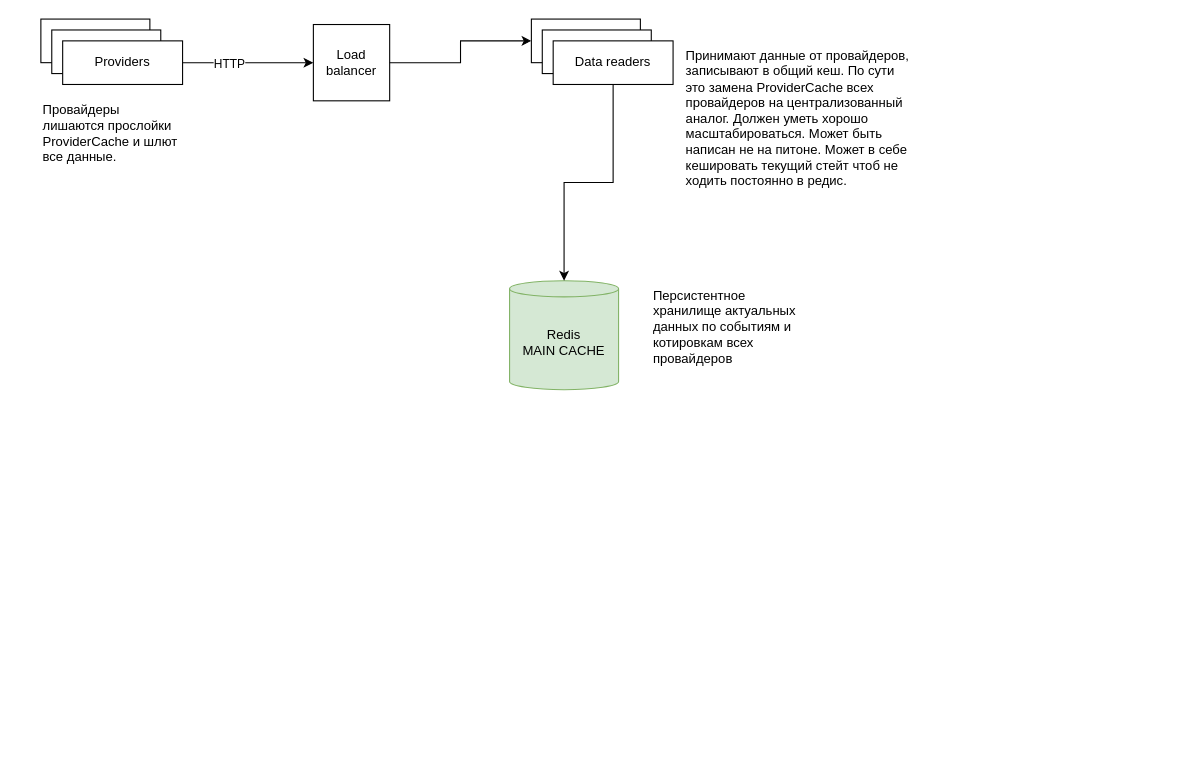
The draw.io diagram diag/sc1.drawio in isvinogradov/diag, before the edit. Source tidied: cells renumbered, new cells numbered last; positions are measured from the earlier drawing's top-left corner, leaving out a move shared by most shapes. Both pictures are drawn from the tidied source at 109%, with x=0, y=0 at pixel (40, 19).
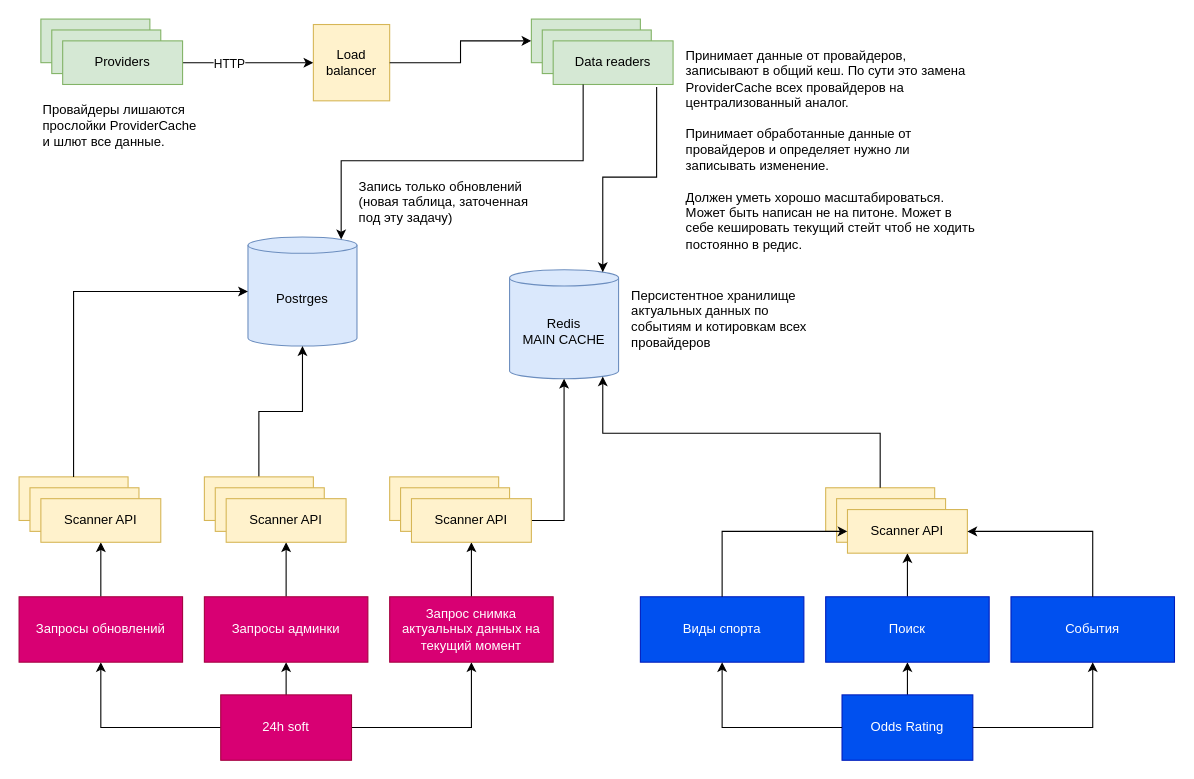
Above is the later version.

The edit, as a diff of the source:
```diff
@@
-    <mxCell id="2" style="rounded=0;whiteSpace=wrap;html=1;" parent="1" vertex="1">
+    <mxCell id="2" style="rounded=0;whiteSpace=wrap;html=1;fillColor=#d5e8d4;strokeColor=#82b366;" parent="1" vertex="1">
       <mxGeometry width="100" height="40" as="geometry" />
     </mxCell>
-    <mxCell id="3" style="rounded=0;whiteSpace=wrap;html=1;" parent="1" vertex="1">
+    <mxCell id="3" style="rounded=0;whiteSpace=wrap;html=1;fillColor=#d5e8d4;strokeColor=#82b366;" parent="1" vertex="1">
       <mxGeometry x="10" y="10" width="100" height="40" as="geometry" />
     </mxCell>
@@
-    <mxCell id="6" value="&lt;div&gt;Providers&lt;/div&gt;" style="rounded=0;whiteSpace=wrap;html=1;" parent="1" vertex="1">
+    <mxCell id="6" value="&lt;div&gt;Providers&lt;/div&gt;" style="rounded=0;whiteSpace=wrap;html=1;fillColor=#d5e8d4;strokeColor=#82b366;" parent="1" vertex="1">
       <mxGeometry x="20" y="20" width="110" height="40" as="geometry" />
     </mxCell>
-    <mxCell id="7" value="Redis&lt;br&gt;MAIN CACHE" style="shape=cylinder3;whiteSpace=wrap;html=1;boundedLbl=1;backgroundOutline=1;size=7.448275862069011;fillColor=#d5e8d4;strokeColor=#82b366;" parent="1" vertex="1">
-      <mxGeometry x="430" y="240" width="100" height="100" as="geometry" />
+    <mxCell id="7" value="Redis&lt;br&gt;MAIN CACHE" style="shape=cylinder3;whiteSpace=wrap;html=1;boundedLbl=1;backgroundOutline=1;size=7.448275862069011;fillColor=#dae8fc;strokeColor=#6c8ebf;" parent="1" vertex="1">
+      <mxGeometry x="430" y="230" width="100" height="100" as="geometry" />
     </mxCell>
-    <mxCell id="8" value="Load balancer" style="whiteSpace=wrap;html=1;" parent="1" vertex="1">
+    <mxCell id="8" value="Load balancer" style="whiteSpace=wrap;html=1;fillColor=#fff2cc;strokeColor=#d6b656;" parent="1" vertex="1">
       <mxGeometry x="250" y="5" width="70" height="70" as="geometry" />
     </mxCell>
-    <mxCell id="9" style="rounded=0;whiteSpace=wrap;html=1;" parent="1" vertex="1">
+    <mxCell id="9" style="rounded=0;whiteSpace=wrap;html=1;fillColor=#d5e8d4;strokeColor=#82b366;" parent="1" vertex="1">
       <mxGeometry x="450" width="100" height="40" as="geometry" />
     </mxCell>
-    <mxCell id="10" style="rounded=0;whiteSpace=wrap;html=1;" parent="1" vertex="1">
+    <mxCell id="10" style="rounded=0;whiteSpace=wrap;html=1;fillColor=#d5e8d4;strokeColor=#82b366;" parent="1" vertex="1">
       <mxGeometry x="460" y="10" width="100" height="40" as="geometry" />
     </mxCell>
@@
-    <mxCell id="12" style="edgeStyle=orthogonalEdgeStyle;rounded=0;jettySize=auto;html=1;" parent="1" edge="1" source="13" target="7">
+    <mxCell id="12" style="edgeStyle=orthogonalEdgeStyle;rounded=0;jettySize=auto;html=1;exitX=0.863;exitY=1.057;exitDx=0;exitDy=0;exitPerimeter=0;entryX=0.855;entryY=0;entryDx=0;entryDy=2.160000000000013;entryPerimeter=0;" parent="1" edge="1" source="13" target="7">
       <mxGeometry relative="1" as="geometry" />
     </mxCell>
-    <mxCell id="13" value="Data readers" style="rounded=0;whiteSpace=wrap;html=1;" parent="1" vertex="1">
+    <mxCell id="13" value="Data readers" style="rounded=0;whiteSpace=wrap;html=1;fillColor=#d5e8d4;strokeColor=#82b366;" parent="1" vertex="1">
       <mxGeometry x="470" y="20" width="110" height="40" as="geometry" />
     </mxCell>
     <mxCell id="14" value="Персистентное хранилище актуальных данных по событиям и котировкам всех провайдеров" style="text;html=1;strokeColor=none;fillColor=none;align=left;verticalAlign=top;whiteSpace=wrap;rounded=0;" parent="1" vertex="1">
-      <mxGeometry x="560" y="240" width="150" height="90" as="geometry" />
+      <mxGeometry x="540" y="240" width="180" height="90" as="geometry" />
     </mxCell>
-    <mxCell id="15" value="Принимают данные от провайдеров, записывают в общий кеш. По сути это замена ProviderCache всех провайдеров на централизованный аналог. Должен уметь хорошо масштабироваться. Может быть написан не на питоне. Может в себе кешировать текущий стейт чтоб не ходить постоянно в редис." style="text;html=1;strokeColor=none;fillColor=none;align=left;verticalAlign=top;whiteSpace=wrap;rounded=0;" parent="1" vertex="1">
-      <mxGeometry x="590" y="20" width="210" height="150" as="geometry" />
+    <mxCell id="15" value="Принимает данные от провайдеров, записывают в общий кеш. По сути это замена ProviderCache всех провайдеров на централизованный аналог. &lt;br&gt;&lt;br&gt;Принимает обработанные данные от провайдеров и определяет нужно ли записывать изменение.&lt;br&gt;&lt;br&gt;Должен уметь хорошо масштабироваться. Может быть написан не на питоне. Может в себе кешировать текущий стейт чтоб не ходить постоянно в редис." style="text;html=1;strokeColor=none;fillColor=none;align=left;verticalAlign=top;whiteSpace=wrap;rounded=0;" parent="1" vertex="1">
+      <mxGeometry x="590" y="20" width="270" height="200" as="geometry" />
     </mxCell>
     <mxCell id="16" value="Провайдеры лишаются прослойки ProviderCache и шлют все данные." style="text;html=1;strokeColor=none;fillColor=none;align=left;verticalAlign=top;whiteSpace=wrap;rounded=0;" parent="1" vertex="1">
-      <mxGeometry y="70" width="130" height="90" as="geometry" />
+      <mxGeometry y="70" width="150" height="90" as="geometry" />
     </mxCell>
+    <mxCell id="17" style="edgeStyle=orthogonalEdgeStyle;rounded=0;jettySize=auto;html=1;" parent="1" edge="1" source="20" target="22">
+      <mxGeometry relative="1" as="geometry" />
+    </mxCell>
+    <mxCell id="18" style="edgeStyle=orthogonalEdgeStyle;rounded=0;jettySize=auto;html=1;" parent="1" edge="1" source="20" target="24">
+      <mxGeometry relative="1" as="geometry" />
+    </mxCell>
+    <mxCell id="19" style="edgeStyle=orthogonalEdgeStyle;rounded=0;jettySize=auto;html=1;" parent="1" edge="1" source="20" target="36">
+      <mxGeometry relative="1" as="geometry" />
+    </mxCell>
+    <mxCell id="20" value="24h soft" style="rounded=0;whiteSpace=wrap;html=1;align=center;verticalAlign=middle;fillColor=#d80073;fontColor=#ffffff;strokeColor=#A50040;" parent="1" vertex="1">
+      <mxGeometry x="165" y="620" width="120" height="60" as="geometry" />
+    </mxCell>
+    <mxCell id="21" style="edgeStyle=orthogonalEdgeStyle;rounded=0;jettySize=auto;html=1;" parent="1" edge="1" source="22" target="31">
+      <mxGeometry relative="1" as="geometry" />
+    </mxCell>
+    <mxCell id="22" value="Запрос снимка актуальных данных на текущий момент" style="rounded=0;whiteSpace=wrap;html=1;align=center;verticalAlign=middle;fillColor=#d80073;fontColor=#ffffff;strokeColor=#A50040;" parent="1" vertex="1">
+      <mxGeometry x="320" y="530" width="150" height="60" as="geometry" />
+    </mxCell>
+    <mxCell id="23" style="edgeStyle=orthogonalEdgeStyle;rounded=0;jettySize=auto;html=1;" parent="1" edge="1" source="24" target="27">
+      <mxGeometry relative="1" as="geometry" />
+    </mxCell>
+    <mxCell id="24" value="Запросы обновлений" style="rounded=0;whiteSpace=wrap;html=1;align=center;verticalAlign=middle;fillColor=#d80073;fontColor=#ffffff;strokeColor=#A50040;" parent="1" vertex="1">
+      <mxGeometry x="-20" y="530" width="150" height="60" as="geometry" />
+    </mxCell>
+    <mxCell id="25" style="rounded=0;whiteSpace=wrap;html=1;fillColor=#fff2cc;strokeColor=#d6b656;" parent="1" vertex="1">
+      <mxGeometry x="-20" y="420" width="100" height="40" as="geometry" />
+    </mxCell>
+    <mxCell id="26" style="rounded=0;whiteSpace=wrap;html=1;fillColor=#fff2cc;strokeColor=#d6b656;" parent="1" vertex="1">
+      <mxGeometry x="-10" y="430" width="100" height="40" as="geometry" />
+    </mxCell>
+    <mxCell id="27" value="Scanner API" style="rounded=0;whiteSpace=wrap;html=1;fillColor=#fff2cc;strokeColor=#d6b656;" parent="1" vertex="1">
+      <mxGeometry y="440" width="110" height="40" as="geometry" />
+    </mxCell>
+    <mxCell id="28" style="edgeStyle=orthogonalEdgeStyle;rounded=0;jettySize=auto;html=1;exitX=1;exitY=0.5;exitDx=0;exitDy=0;" parent="1" edge="1" source="31" target="7">
+      <mxGeometry relative="1" as="geometry" />
+    </mxCell>
+    <mxCell id="29" style="rounded=0;whiteSpace=wrap;html=1;fillColor=#fff2cc;strokeColor=#d6b656;" parent="1" vertex="1">
+      <mxGeometry x="320" y="420" width="100" height="40" as="geometry" />
+    </mxCell>
+    <mxCell id="30" style="rounded=0;whiteSpace=wrap;html=1;fillColor=#fff2cc;strokeColor=#d6b656;" parent="1" vertex="1">
+      <mxGeometry x="330" y="430" width="100" height="40" as="geometry" />
+    </mxCell>
+    <mxCell id="31" value="Scanner API" style="rounded=0;whiteSpace=wrap;html=1;fillColor=#fff2cc;strokeColor=#d6b656;" parent="1" vertex="1">
+      <mxGeometry x="340" y="440" width="110" height="40" as="geometry" />
+    </mxCell>
+    <mxCell id="32" value="Postrges" style="shape=cylinder3;whiteSpace=wrap;html=1;boundedLbl=1;backgroundOutline=1;size=7.448275862069011;fillColor=#dae8fc;strokeColor=#6c8ebf;" parent="1" vertex="1">
+      <mxGeometry x="190" y="200" width="100" height="100" as="geometry" />
+    </mxCell>
+    <mxCell id="33" style="edgeStyle=orthogonalEdgeStyle;rounded=0;jettySize=auto;html=1;" parent="1" edge="1" source="34" target="44">
+      <mxGeometry relative="1" as="geometry" />
+    </mxCell>
+    <mxCell id="34" value="&lt;div&gt;Odds Rating&lt;/div&gt;" style="rounded=0;whiteSpace=wrap;html=1;align=center;verticalAlign=middle;fillColor=#0050ef;fontColor=#ffffff;strokeColor=#001DBC;" parent="1" vertex="1">
+      <mxGeometry x="735" y="620" width="120" height="60" as="geometry" />
+    </mxCell>
+    <mxCell id="35" style="edgeStyle=orthogonalEdgeStyle;rounded=0;jettySize=auto;html=1;" parent="1" edge="1" source="36" target="40">
+      <mxGeometry relative="1" as="geometry" />
+    </mxCell>
+    <mxCell id="36" value="Запросы админки" style="rounded=0;whiteSpace=wrap;html=1;align=center;verticalAlign=middle;fillColor=#d80073;fontColor=#ffffff;strokeColor=#A50040;" parent="1" vertex="1">
+      <mxGeometry x="150" y="530" width="150" height="60" as="geometry" />
+    </mxCell>
+    <mxCell id="37" style="edgeStyle=orthogonalEdgeStyle;rounded=0;jettySize=auto;html=1;" parent="1" edge="1" source="38" target="32">
+      <mxGeometry relative="1" as="geometry" />
+    </mxCell>
+    <mxCell id="38" style="rounded=0;whiteSpace=wrap;html=1;fillColor=#fff2cc;strokeColor=#d6b656;" parent="1" vertex="1">
+      <mxGeometry x="150" y="420" width="100" height="40" as="geometry" />
+    </mxCell>
+    <mxCell id="39" style="rounded=0;whiteSpace=wrap;html=1;fillColor=#fff2cc;strokeColor=#d6b656;" parent="1" vertex="1">
+      <mxGeometry x="160" y="430" width="100" height="40" as="geometry" />
+    </mxCell>
+    <mxCell id="40" value="Scanner API" style="rounded=0;whiteSpace=wrap;html=1;fillColor=#fff2cc;strokeColor=#d6b656;" parent="1" vertex="1">
+      <mxGeometry x="170" y="440" width="110" height="40" as="geometry" />
+    </mxCell>
+    <mxCell id="41" value="Виды спорта" style="rounded=0;whiteSpace=wrap;html=1;align=center;verticalAlign=middle;fillColor=#0050ef;fontColor=#ffffff;strokeColor=#001DBC;" parent="1" vertex="1">
+      <mxGeometry x="550" y="530" width="150" height="60" as="geometry" />
+    </mxCell>
+    <mxCell id="42" value="События" style="rounded=0;whiteSpace=wrap;html=1;align=center;verticalAlign=middle;fillColor=#0050ef;fontColor=#ffffff;strokeColor=#001DBC;" parent="1" vertex="1">
+      <mxGeometry x="890" y="530" width="150" height="60" as="geometry" />
+    </mxCell>
+    <mxCell id="43" style="edgeStyle=orthogonalEdgeStyle;rounded=0;jettySize=auto;html=1;" parent="1" edge="1" source="44" target="49">
+      <mxGeometry relative="1" as="geometry" />
+    </mxCell>
+    <mxCell id="44" value="Поиск" style="rounded=0;whiteSpace=wrap;html=1;align=center;verticalAlign=middle;fillColor=#0050ef;fontColor=#ffffff;strokeColor=#001DBC;" parent="1" vertex="1">
+      <mxGeometry x="720" y="530" width="150" height="60" as="geometry" />
+    </mxCell>
+    <mxCell id="45" style="endArrow=classic;html=1;rounded=0;edgeStyle=orthogonalEdgeStyle;entryX=0.5;entryY=1;entryDx=0;entryDy=0;exitX=1;exitY=0.5;exitDx=0;exitDy=0;" parent="1" edge="1" source="34" target="42">
+      <mxGeometry relative="1" as="geometry" />
+    </mxCell>
+    <mxCell id="46" style="endArrow=classic;html=1;rounded=0;edgeStyle=orthogonalEdgeStyle;exitX=0;exitY=0.5;exitDx=0;exitDy=0;entryX=0.5;entryY=1;entryDx=0;entryDy=0;" parent="1" edge="1" source="34" target="41">
+      <mxGeometry relative="1" as="geometry" />
+    </mxCell>
+    <mxCell id="47" style="rounded=0;whiteSpace=wrap;html=1;fillColor=#fff2cc;strokeColor=#d6b656;" parent="1" vertex="1">
+      <mxGeometry x="720" y="430" width="100" height="40" as="geometry" />
+    </mxCell>
+    <mxCell id="48" style="rounded=0;whiteSpace=wrap;html=1;fillColor=#fff2cc;strokeColor=#d6b656;" parent="1" vertex="1">
+      <mxGeometry x="730" y="440" width="100" height="40" as="geometry" />
+    </mxCell>
+    <mxCell id="49" value="Scanner API" style="rounded=0;whiteSpace=wrap;html=1;fillColor=#fff2cc;strokeColor=#d6b656;" parent="1" vertex="1">
+      <mxGeometry x="740" y="450" width="110" height="40" as="geometry" />
+    </mxCell>
+    <mxCell id="50" style="endArrow=classic;html=1;rounded=0;edgeStyle=orthogonalEdgeStyle;exitX=0.5;exitY=0;exitDx=0;exitDy=0;entryX=0;entryY=0.5;entryDx=0;entryDy=0;" parent="1" edge="1" source="41" target="49">
+      <mxGeometry relative="1" as="geometry" />
+    </mxCell>
+    <mxCell id="51" style="endArrow=classic;html=1;rounded=0;edgeStyle=orthogonalEdgeStyle;exitX=0.5;exitY=0;exitDx=0;exitDy=0;entryX=1;entryY=0.5;entryDx=0;entryDy=0;" parent="1" edge="1" source="42" target="49">
+      <mxGeometry relative="1" as="geometry" />
+    </mxCell>
+    <mxCell id="52" style="endArrow=classic;html=1;rounded=0;edgeStyle=orthogonalEdgeStyle;exitX=0.5;exitY=0;exitDx=0;exitDy=0;entryX=0.855;entryY=1;entryDx=0;entryDy=-2.160000000000013;entryPerimeter=0;" parent="1" edge="1" source="47" target="7">
+      <mxGeometry relative="1" as="geometry" />
+    </mxCell>
+    <mxCell id="53" style="endArrow=classic;html=1;rounded=0;edgeStyle=orthogonalEdgeStyle;exitX=0.25;exitY=1;exitDx=0;exitDy=0;entryX=0.855;entryY=0;entryDx=0;entryDy=2.160000000000013;entryPerimeter=0;" parent="1" edge="1" source="13" target="32">
+      <mxGeometry relative="1" as="geometry" />
+    </mxCell>
+    <mxCell id="54" style="endArrow=classic;html=1;rounded=0;edgeStyle=orthogonalEdgeStyle;exitX=0.5;exitY=0;exitDx=0;exitDy=0;entryX=0;entryY=0.5;entryDx=0;entryDy=0;entryPerimeter=0;" parent="1" edge="1" source="25" target="32">
+      <mxGeometry relative="1" as="geometry" />
+    </mxCell>
+    <mxCell id="55" value="Запись только обновлений (новая таблица, заточенная под эту задачу)" style="text;html=1;strokeColor=none;fillColor=none;align=left;verticalAlign=top;whiteSpace=wrap;rounded=0;" parent="1" vertex="1">
+      <mxGeometry x="290" y="140" width="170" height="60" as="geometry" />
+    </mxCell>
```
